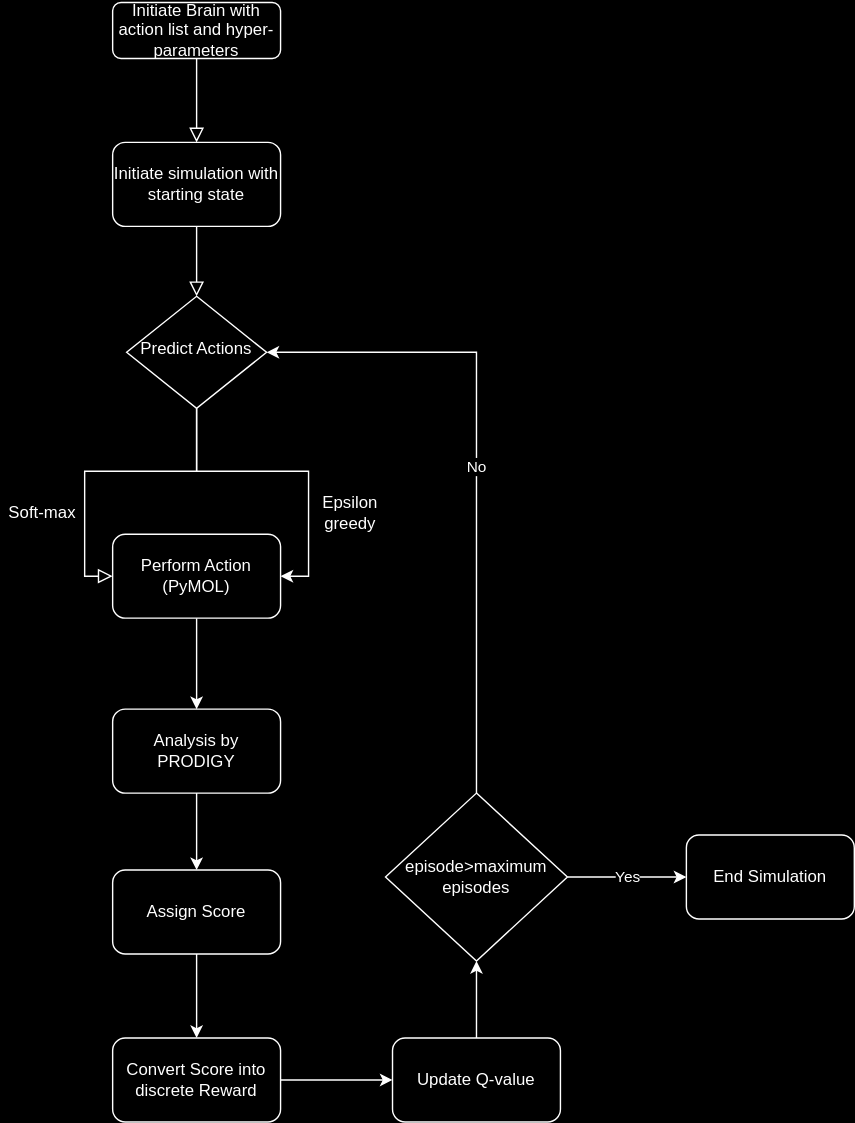
anmole17/IBAB_MSc_Thesis keeps this draw.io diagram as q-learning.svg. Above is the earlier version. Source tidied: cells renumbered, new cells last; positions are measured from the earlier drawing's top-left corner, leaving out a move shared by most shapes. Source of this version:
```xml
<mxGraphModel>
  <root>
    <mxCell id="0" />
    <mxCell id="1" parent="0" />
    <mxCell id="2" style="rounded=0;html=1;jettySize=auto;fontSize=11;endArrow=block;endFill=0;endSize=8;strokeWidth=1;shadow=0;labelBackgroundColor=none;edgeStyle=orthogonalEdgeStyle;entryX=0.5;entryY=0;entryDx=0;entryDy=0;entryPerimeter=0;" parent="1" edge="1" source="3" target="10">
      <mxGeometry relative="1" as="geometry" />
    </mxCell>
    <mxCell id="3" value="Initiate Brain with action list and hyper-parameters" style="rounded=1;whiteSpace=wrap;html=1;fontSize=12;glass=0;strokeWidth=1;shadow=0;" parent="1" vertex="1">
      <mxGeometry x="80" width="120" height="40" as="geometry" />
    </mxCell>
    <mxCell id="4" style="rounded=0;html=1;jettySize=auto;fontSize=11;endArrow=block;endFill=0;endSize=8;strokeWidth=1;shadow=0;labelBackgroundColor=none;edgeStyle=orthogonalEdgeStyle;exitX=0.5;exitY=1;exitDx=0;exitDy=0;" parent="1" edge="1" source="10" target="7">
      <mxGeometry y="20" relative="1" as="geometry" />
    </mxCell>
    <mxCell id="5" style="rounded=0;html=1;jettySize=auto;fontSize=11;endArrow=block;endFill=0;endSize=8;strokeWidth=1;shadow=0;labelBackgroundColor=none;edgeStyle=orthogonalEdgeStyle;entryX=0;entryY=0.5;entryDx=0;entryDy=0;" parent="1" edge="1" source="7" target="9">
      <mxGeometry x="0.33" y="20" relative="1" as="geometry" />
    </mxCell>
    <mxCell id="6" style="edgeStyle=orthogonalEdgeStyle;rounded=0;jettySize=auto;html=1;entryX=1;entryY=0.5;entryDx=0;entryDy=0;" parent="1" edge="1" source="7" target="9">
      <mxGeometry relative="1" as="geometry" />
    </mxCell>
    <mxCell id="7" value="Predict Actions" style="rhombus;whiteSpace=wrap;html=1;shadow=0;fontFamily=Helvetica;fontSize=12;align=center;strokeWidth=1;spacing=6;spacingTop=-4;" parent="1" vertex="1">
      <mxGeometry x="90" y="210" width="100" height="80" as="geometry" />
    </mxCell>
    <mxCell id="8" style="edgeStyle=orthogonalEdgeStyle;rounded=0;jettySize=auto;html=1;" parent="1" edge="1" source="9" target="14">
      <mxGeometry relative="1" as="geometry" />
    </mxCell>
    <mxCell id="9" value="Perform Action (PyMOL)" style="rounded=1;whiteSpace=wrap;html=1;fontSize=12;glass=0;strokeWidth=1;shadow=0;" parent="1" vertex="1">
      <mxGeometry x="80" y="380" width="120" height="60" as="geometry" />
    </mxCell>
    <mxCell id="10" value="Initiate simulation with starting state" style="rounded=1;whiteSpace=wrap;html=1;" parent="1" vertex="1">
      <mxGeometry x="80" y="100" width="120" height="60" as="geometry" />
    </mxCell>
    <mxCell id="11" value="Soft-max" style="text;html=1;align=center;verticalAlign=middle;whiteSpace=wrap;rounded=0;" parent="1" vertex="1">
      <mxGeometry y="350" width="60" height="30" as="geometry" />
    </mxCell>
    <mxCell id="12" value="Epsilon greedy" style="text;html=1;align=center;verticalAlign=middle;whiteSpace=wrap;rounded=0;" parent="1" vertex="1">
      <mxGeometry x="220" y="350" width="60" height="30" as="geometry" />
    </mxCell>
    <mxCell id="13" style="edgeStyle=orthogonalEdgeStyle;rounded=0;jettySize=auto;html=1;entryX=0.5;entryY=0;entryDx=0;entryDy=0;" parent="1" edge="1" source="14" target="16">
      <mxGeometry relative="1" as="geometry" />
    </mxCell>
    <mxCell id="14" value="Analysis by PRODIGY" style="rounded=1;whiteSpace=wrap;html=1;" parent="1" vertex="1">
      <mxGeometry x="80" y="505" width="120" height="60" as="geometry" />
    </mxCell>
    <mxCell id="15" style="edgeStyle=orthogonalEdgeStyle;rounded=0;jettySize=auto;html=1;entryX=0.5;entryY=0;entryDx=0;entryDy=0;" parent="1" edge="1" source="16" target="18">
      <mxGeometry relative="1" as="geometry" />
    </mxCell>
    <mxCell id="16" value="Assign Score" style="rounded=1;whiteSpace=wrap;html=1;" parent="1" vertex="1">
      <mxGeometry x="80" y="620" width="120" height="60" as="geometry" />
    </mxCell>
    <mxCell id="17" style="edgeStyle=orthogonalEdgeStyle;rounded=0;jettySize=auto;html=1;" parent="1" edge="1" source="18" target="20">
      <mxGeometry relative="1" as="geometry" />
    </mxCell>
    <mxCell id="18" value="Convert Score into discrete Reward" style="rounded=1;whiteSpace=wrap;html=1;" parent="1" vertex="1">
      <mxGeometry x="80" y="740" width="120" height="60" as="geometry" />
    </mxCell>
    <mxCell id="19" style="edgeStyle=orthogonalEdgeStyle;rounded=0;jettySize=auto;html=1;" parent="1" edge="1" source="20" target="23">
      <mxGeometry relative="1" as="geometry" />
    </mxCell>
    <mxCell id="20" value="Update Q-value " style="rounded=1;whiteSpace=wrap;html=1;" parent="1" vertex="1">
      <mxGeometry x="280" y="740" width="120" height="60" as="geometry" />
    </mxCell>
    <mxCell id="21" value="Yes" style="edgeStyle=orthogonalEdgeStyle;rounded=0;jettySize=auto;html=1;entryX=0;entryY=0.5;entryDx=0;entryDy=0;" parent="1" edge="1" source="23" target="24">
      <mxGeometry relative="1" as="geometry" />
    </mxCell>
    <mxCell id="22" value="No" style="edgeStyle=orthogonalEdgeStyle;rounded=0;jettySize=auto;html=1;exitX=0.5;exitY=0;exitDx=0;exitDy=0;entryX=1;entryY=0.5;entryDx=0;entryDy=0;" parent="1" edge="1" source="23" target="7">
      <mxGeometry relative="1" as="geometry" />
    </mxCell>
    <mxCell id="23" value="episode&amp;gt;maximum episodes" style="rhombus;whiteSpace=wrap;html=1;" parent="1" vertex="1">
      <mxGeometry x="275" y="565" width="130" height="120" as="geometry" />
    </mxCell>
    <mxCell id="24" value="End Simulation" style="rounded=1;whiteSpace=wrap;html=1;" parent="1" vertex="1">
      <mxGeometry x="490" y="595" width="120" height="60" as="geometry" />
    </mxCell>
  </root>
</mxGraphModel>
```
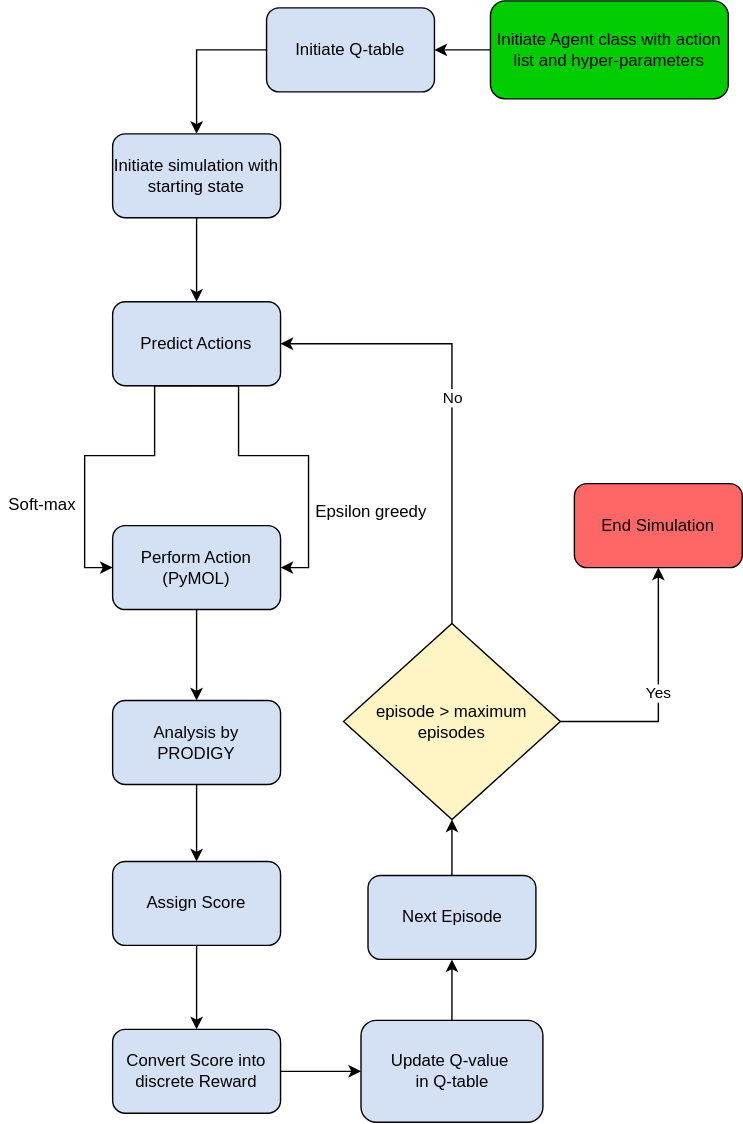
After the change.

What changed in the source:
```diff
@@ -2,74 +2,100 @@
   <root>
     <mxCell id="0" />
     <mxCell id="1" parent="0" />
-    <mxCell id="2" style="rounded=0;html=1;jettySize=auto;fontSize=11;endArrow=block;endFill=0;endSize=8;strokeWidth=1;shadow=0;labelBackgroundColor=none;edgeStyle=orthogonalEdgeStyle;entryX=0.5;entryY=0;entryDx=0;entryDy=0;entryPerimeter=0;" parent="1" edge="1" source="3" target="10">
-      <mxGeometry relative="1" as="geometry" />
-    </mxCell>
+    <mxCell id="25" style="edgeStyle=orthogonalEdgeStyle;rounded=0;jettySize=auto;html=1;exitX=0;exitY=0.5;exitDx=0;exitDy=0;" parent="1" edge="1" source="3" target="27">
+      <mxGeometry relative="1" as="geometry" />
+    </mxCell>
-    <mxCell id="3" value="Initiate Brain with action list and hyper-parameters" style="rounded=1;whiteSpace=wrap;html=1;fontSize=12;glass=0;strokeWidth=1;shadow=0;" parent="1" vertex="1">
-      <mxGeometry x="80" width="120" height="40" as="geometry" />
+    <mxCell id="3" value="Initiate Agent class with action list and hyper-parameters" style="rounded=1;whiteSpace=wrap;html=1;fontSize=12;glass=0;strokeWidth=1;shadow=0;fillColor=#00CC00;" parent="1" vertex="1">
+      <mxGeometry x="350" y="5" width="170" height="70" as="geometry" />
     </mxCell>
-    <mxCell id="4" style="rounded=0;html=1;jettySize=auto;fontSize=11;endArrow=block;endFill=0;endSize=8;strokeWidth=1;shadow=0;labelBackgroundColor=none;edgeStyle=orthogonalEdgeStyle;exitX=0.5;exitY=1;exitDx=0;exitDy=0;" parent="1" edge="1" source="10" target="7">
-      <mxGeometry y="20" relative="1" as="geometry" />
-    </mxCell>
+    <mxCell id="6" style="edgeStyle=orthogonalEdgeStyle;rounded=0;jettySize=auto;html=1;entryX=1;entryY=0.5;entryDx=0;entryDy=0;exitX=0.5;exitY=1;exitDx=0;exitDy=0;exitPerimeter=0;" parent="1" edge="1" source="7" target="9">
+      <mxGeometry relative="1" as="geometry">
+        <Array as="points">
+          <mxPoint x="170" y="280" />
+          <mxPoint x="170" y="330" />
+          <mxPoint x="220" y="330" />
+          <mxPoint x="220" y="410" />
+        </Array>
+      </mxGeometry>
+    </mxCell>
-    <mxCell id="5" style="rounded=0;html=1;jettySize=auto;fontSize=11;endArrow=block;endFill=0;endSize=8;strokeWidth=1;shadow=0;labelBackgroundColor=none;edgeStyle=orthogonalEdgeStyle;entryX=0;entryY=0.5;entryDx=0;entryDy=0;" parent="1" edge="1" source="7" target="9">
-      <mxGeometry x="0.33" y="20" relative="1" as="geometry" />
+    <mxCell id="5" style="edgeStyle=orthogonalEdgeStyle;rounded=0;jettySize=auto;html=1;entryX=0;entryY=0.5;entryDx=0;entryDy=0;exitX=0.5;exitY=1;exitDx=0;exitDy=0;" parent="1" edge="1" source="7" target="9">
+      <mxGeometry relative="1" as="geometry">
+        <Array as="points">
+          <mxPoint x="110" y="280" />
+          <mxPoint x="110" y="330" />
+          <mxPoint x="60" y="330" />
+          <mxPoint x="60" y="410" />
+        </Array>
+      </mxGeometry>
     </mxCell>
-    <mxCell id="6" style="edgeStyle=orthogonalEdgeStyle;rounded=0;jettySize=auto;html=1;entryX=1;entryY=0.5;entryDx=0;entryDy=0;" parent="1" edge="1" source="7" target="9">
-      <mxGeometry relative="1" as="geometry" />
-    </mxCell>
-    <mxCell id="7" value="Predict Actions" style="rhombus;whiteSpace=wrap;html=1;shadow=0;fontFamily=Helvetica;fontSize=12;align=center;strokeWidth=1;spacing=6;spacingTop=-4;" parent="1" vertex="1">
-      <mxGeometry x="90" y="210" width="100" height="80" as="geometry" />
-    </mxCell>
     <mxCell id="8" style="edgeStyle=orthogonalEdgeStyle;rounded=0;jettySize=auto;html=1;" parent="1" edge="1" source="9" target="14">
       <mxGeometry relative="1" as="geometry" />
     </mxCell>
-    <mxCell id="9" value="Perform Action (PyMOL)" style="rounded=1;whiteSpace=wrap;html=1;fontSize=12;glass=0;strokeWidth=1;shadow=0;" parent="1" vertex="1">
+    <mxCell id="9" value="Perform Action (PyMOL)" style="rounded=1;whiteSpace=wrap;html=1;fontSize=12;glass=0;strokeWidth=1;shadow=0;fillColor=#D4E1F5;" parent="1" vertex="1">
       <mxGeometry x="80" y="380" width="120" height="60" as="geometry" />
     </mxCell>
+    <mxCell id="4" style="edgeStyle=orthogonalEdgeStyle;rounded=0;jettySize=auto;html=1;exitX=0.5;exitY=1;exitDx=0;exitDy=0;entryX=0.5;entryY=0;entryDx=0;entryDy=0;" parent="1" edge="1" source="10" target="7">
+      <mxGeometry relative="1" as="geometry" />
+    </mxCell>
-    <mxCell id="10" value="Initiate simulation with starting state" style="rounded=1;whiteSpace=wrap;html=1;" parent="1" vertex="1">
+    <mxCell id="10" value="Initiate simulation with starting state" style="rounded=1;whiteSpace=wrap;html=1;fillColor=#D4E1F5;" parent="1" vertex="1">
       <mxGeometry x="80" y="100" width="120" height="60" as="geometry" />
     </mxCell>
     <mxCell id="11" value="Soft-max" style="text;html=1;align=center;verticalAlign=middle;whiteSpace=wrap;rounded=0;" parent="1" vertex="1">
       <mxGeometry y="350" width="60" height="30" as="geometry" />
     </mxCell>
     <mxCell id="12" value="Epsilon greedy" style="text;html=1;align=center;verticalAlign=middle;whiteSpace=wrap;rounded=0;" parent="1" vertex="1">
-      <mxGeometry x="220" y="350" width="60" height="30" as="geometry" />
+      <mxGeometry x="220" y="350" width="90" height="40" as="geometry" />
     </mxCell>
     <mxCell id="13" style="edgeStyle=orthogonalEdgeStyle;rounded=0;jettySize=auto;html=1;entryX=0.5;entryY=0;entryDx=0;entryDy=0;" parent="1" edge="1" source="14" target="16">
       <mxGeometry relative="1" as="geometry" />
     </mxCell>
-    <mxCell id="14" value="Analysis by PRODIGY" style="rounded=1;whiteSpace=wrap;html=1;" parent="1" vertex="1">
+    <mxCell id="14" value="Analysis by PRODIGY" style="rounded=1;whiteSpace=wrap;html=1;fillColor=#D4E1F5;" parent="1" vertex="1">
       <mxGeometry x="80" y="505" width="120" height="60" as="geometry" />
     </mxCell>
     <mxCell id="15" style="edgeStyle=orthogonalEdgeStyle;rounded=0;jettySize=auto;html=1;entryX=0.5;entryY=0;entryDx=0;entryDy=0;" parent="1" edge="1" source="16" target="18">
       <mxGeometry relative="1" as="geometry" />
     </mxCell>
-    <mxCell id="16" value="Assign Score" style="rounded=1;whiteSpace=wrap;html=1;" parent="1" vertex="1">
+    <mxCell id="16" value="Assign Score" style="rounded=1;whiteSpace=wrap;html=1;fillColor=#D4E1F5;" parent="1" vertex="1">
       <mxGeometry x="80" y="620" width="120" height="60" as="geometry" />
     </mxCell>
     <mxCell id="17" style="edgeStyle=orthogonalEdgeStyle;rounded=0;jettySize=auto;html=1;" parent="1" edge="1" source="18" target="20">
       <mxGeometry relative="1" as="geometry" />
     </mxCell>
-    <mxCell id="18" value="Convert Score into discrete Reward" style="rounded=1;whiteSpace=wrap;html=1;" parent="1" vertex="1">
+    <mxCell id="18" value="Convert Score into discrete Reward" style="rounded=1;whiteSpace=wrap;html=1;fillColor=#D4E1F5;" parent="1" vertex="1">
       <mxGeometry x="80" y="740" width="120" height="60" as="geometry" />
     </mxCell>
-    <mxCell id="19" style="edgeStyle=orthogonalEdgeStyle;rounded=0;jettySize=auto;html=1;" parent="1" edge="1" source="20" target="23">
+    <mxCell id="19" style="edgeStyle=orthogonalEdgeStyle;rounded=0;jettySize=auto;html=1;" parent="1" edge="1" source="29" target="23">
       <mxGeometry relative="1" as="geometry" />
     </mxCell>
-    <mxCell id="20" value="Update Q-value " style="rounded=1;whiteSpace=wrap;html=1;" parent="1" vertex="1">
-      <mxGeometry x="280" y="740" width="120" height="60" as="geometry" />
+    <mxCell id="20" value="&lt;div&gt;Update Q-value&amp;nbsp;&lt;/div&gt;&lt;div&gt;in Q-table &lt;/div&gt;" style="rounded=1;whiteSpace=wrap;html=1;fillColor=#D4E1F5;" parent="1" vertex="1">
+      <mxGeometry x="257.5" y="733.6" width="130" height="72.8" as="geometry" />
     </mxCell>
-    <mxCell id="21" value="Yes" style="edgeStyle=orthogonalEdgeStyle;rounded=0;jettySize=auto;html=1;entryX=0;entryY=0.5;entryDx=0;entryDy=0;" parent="1" edge="1" source="23" target="24">
+    <mxCell id="21" value="Yes" style="edgeStyle=orthogonalEdgeStyle;rounded=0;jettySize=auto;html=1;" parent="1" edge="1" source="23" target="24">
       <mxGeometry relative="1" as="geometry" />
     </mxCell>
     <mxCell id="22" value="No" style="edgeStyle=orthogonalEdgeStyle;rounded=0;jettySize=auto;html=1;exitX=0.5;exitY=0;exitDx=0;exitDy=0;entryX=1;entryY=0.5;entryDx=0;entryDy=0;" parent="1" edge="1" source="23" target="7">
       <mxGeometry relative="1" as="geometry" />
     </mxCell>
-    <mxCell id="23" value="episode&amp;gt;maximum episodes" style="rhombus;whiteSpace=wrap;html=1;" parent="1" vertex="1">
-      <mxGeometry x="275" y="565" width="130" height="120" as="geometry" />
+    <mxCell id="23" value="episode &amp;gt; maximum episodes" style="rhombus;whiteSpace=wrap;html=1;fillColor=#FFF4C3;" parent="1" vertex="1">
+      <mxGeometry x="245" y="450" width="155" height="140" as="geometry" />
     </mxCell>
-    <mxCell id="24" value="End Simulation" style="rounded=1;whiteSpace=wrap;html=1;" parent="1" vertex="1">
-      <mxGeometry x="490" y="595" width="120" height="60" as="geometry" />
+    <mxCell id="24" value="End Simulation" style="rounded=1;whiteSpace=wrap;html=1;fillColor=#FF6666;" parent="1" vertex="1">
+      <mxGeometry x="410" y="350" width="120" height="60" as="geometry" />
     </mxCell>
+    <mxCell id="26" style="edgeStyle=orthogonalEdgeStyle;rounded=0;jettySize=auto;html=1;entryX=0.5;entryY=0;entryDx=0;entryDy=0;exitX=0;exitY=0.5;exitDx=0;exitDy=0;" parent="1" edge="1" source="27" target="10">
+      <mxGeometry relative="1" as="geometry" />
+    </mxCell>
+    <mxCell id="27" value="Initiate Q-table" style="rounded=1;whiteSpace=wrap;html=1;fillColor=#D4E1F5;" parent="1" vertex="1">
+      <mxGeometry x="190" y="10" width="120" height="60" as="geometry" />
+    </mxCell>
+    <mxCell id="28" style="edgeStyle=orthogonalEdgeStyle;rounded=0;jettySize=auto;html=1;" parent="1" edge="1" source="20" target="29">
+      <mxGeometry relative="1" as="geometry" />
+    </mxCell>
+    <mxCell id="29" value="Next Episode" style="rounded=1;whiteSpace=wrap;html=1;fillColor=#D4E1F5;" parent="1" vertex="1">
+      <mxGeometry x="262.5" y="630" width="120" height="60" as="geometry" />
+    </mxCell>
+    <mxCell id="7" value="Predict Actions" style="rounded=1;whiteSpace=wrap;html=1;fillColor=#D4E1F5;" parent="1" vertex="1">
+      <mxGeometry x="80" y="220" width="120" height="60" as="geometry" />
+    </mxCell>
   </root>
 </mxGraphModel>
```
